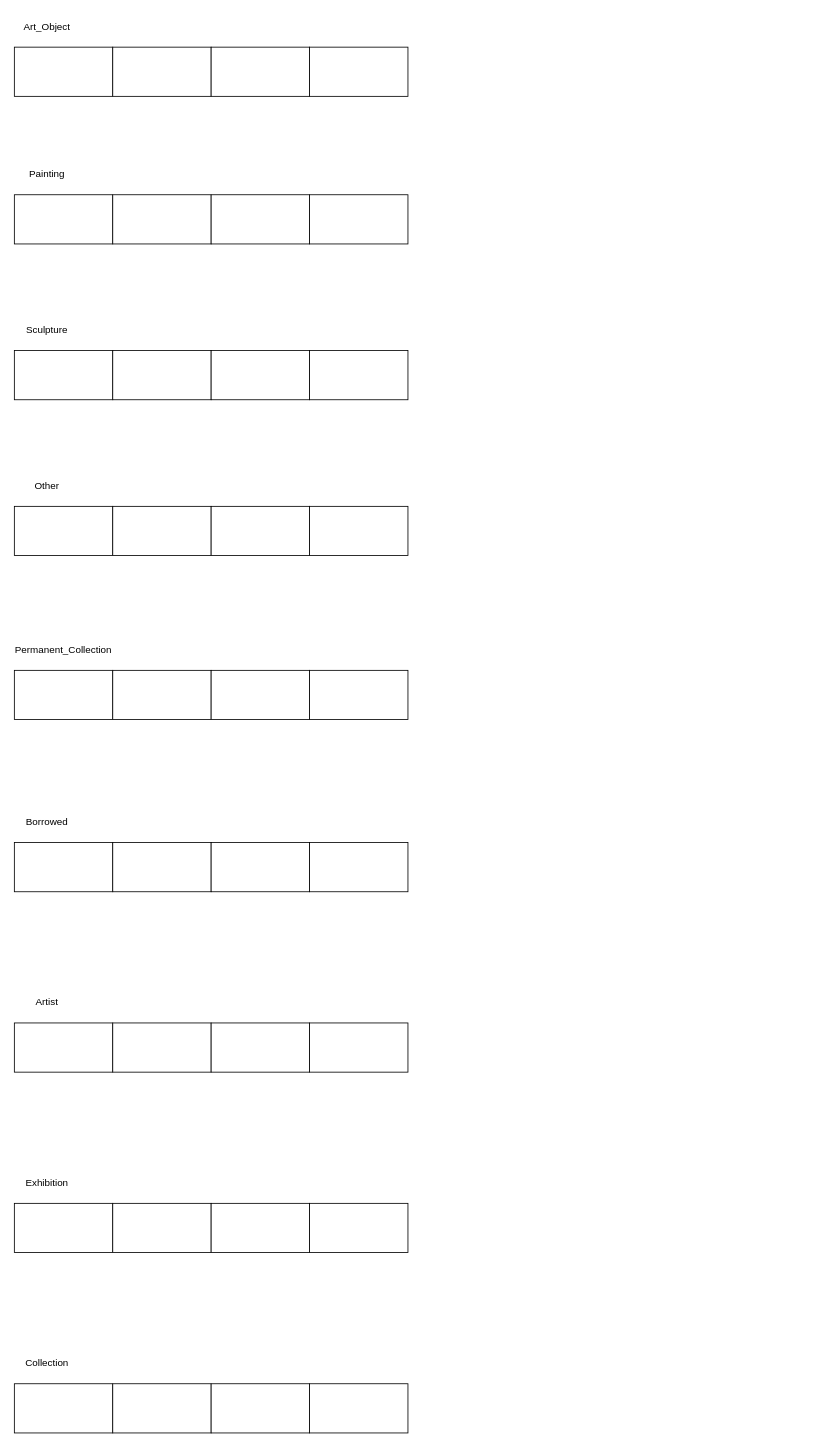
Before: EERD.drawio in ENSF-300-F23/museum-project-l03-35, a draw.io diagram. Source tidied: cells renumbered, new cells numbered last; positions are measured from the earlier drawing's top-left corner, leaving out a move shared by most shapes. Both pictures are drawn from the tidied source at 82%, with x=0, y=0 at pixel (14, 14).
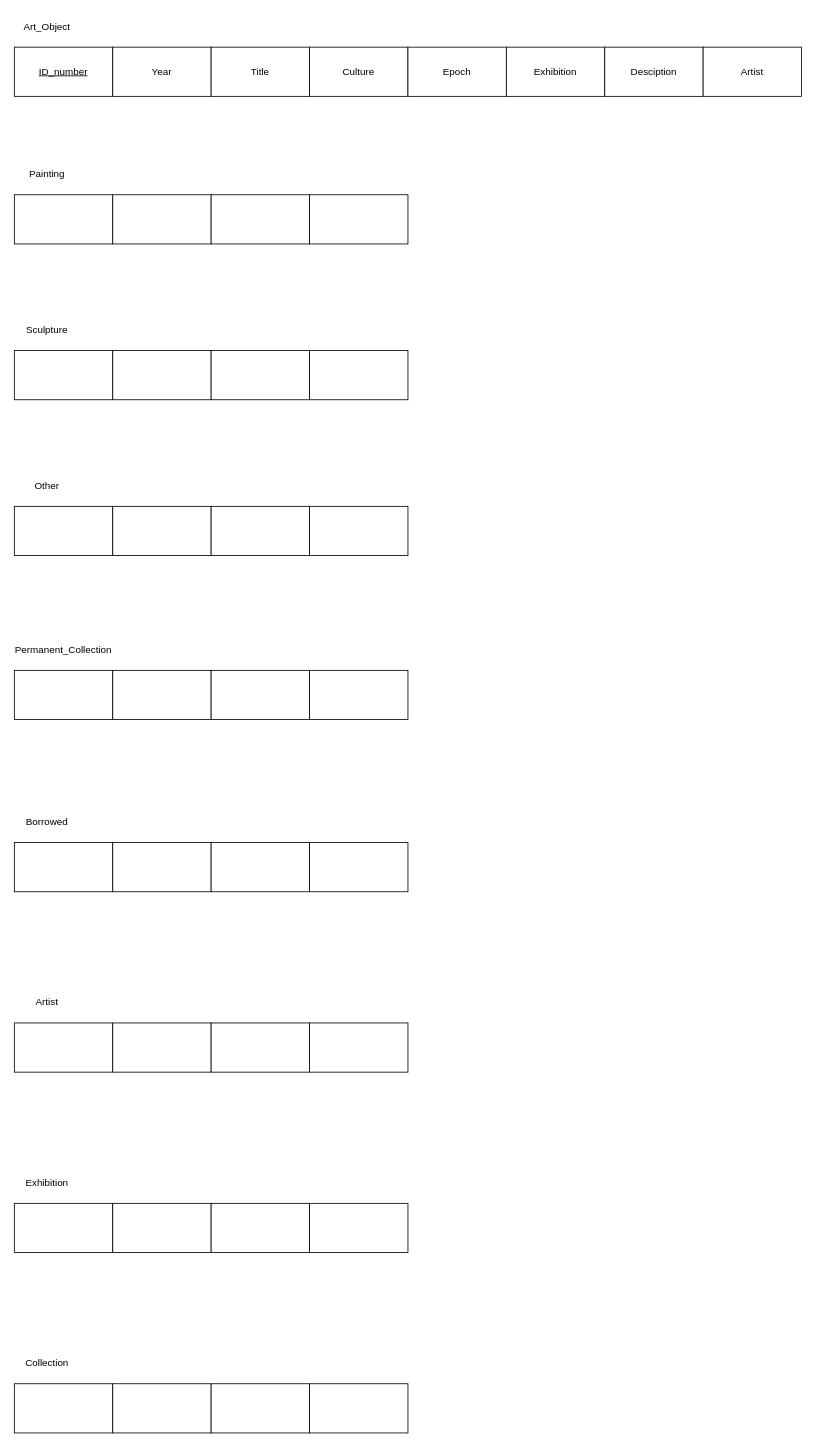
The same diagram, later.

Commit message:
Added primary key and attributes for "Art Object" entity

Change to the diagram source:
```diff
@@
-    <mxCell id="3" style="rounded=0;whiteSpace=wrap;html=1;" parent="1" vertex="1">
+    <mxCell id="3" value="&lt;u&gt;ID_number&lt;/u&gt;" style="rounded=0;whiteSpace=wrap;html=1;" parent="1" vertex="1">
       <mxGeometry y="40" width="120" height="60" as="geometry" />
     </mxCell>
-    <mxCell id="4" style="rounded=0;whiteSpace=wrap;html=1;" parent="1" vertex="1">
+    <mxCell id="4" value="Year" style="rounded=0;whiteSpace=wrap;html=1;" parent="1" vertex="1">
       <mxGeometry x="120" y="40" width="120" height="60" as="geometry" />
     </mxCell>
-    <mxCell id="5" style="rounded=0;whiteSpace=wrap;html=1;" parent="1" vertex="1">
+    <mxCell id="5" value="Title" style="rounded=0;whiteSpace=wrap;html=1;" parent="1" vertex="1">
       <mxGeometry x="240" y="40" width="120" height="60" as="geometry" />
     </mxCell>
-    <mxCell id="6" style="rounded=0;whiteSpace=wrap;html=1;" parent="1" vertex="1">
+    <mxCell id="6" value="Culture" style="rounded=0;whiteSpace=wrap;html=1;" parent="1" vertex="1">
       <mxGeometry x="360" y="40" width="120" height="60" as="geometry" />
     </mxCell>
@@
+    <mxCell id="47" value="Epoch" style="rounded=0;whiteSpace=wrap;html=1;" parent="1" vertex="1">
+      <mxGeometry x="480" y="40" width="120" height="60" as="geometry" />
+    </mxCell>
+    <mxCell id="48" value="Exhibition" style="rounded=0;whiteSpace=wrap;html=1;" parent="1" vertex="1">
+      <mxGeometry x="600" y="40" width="120" height="60" as="geometry" />
+    </mxCell>
+    <mxCell id="49" value="Desciption" style="rounded=0;whiteSpace=wrap;html=1;" parent="1" vertex="1">
+      <mxGeometry x="720" y="40" width="120" height="60" as="geometry" />
+    </mxCell>
+    <mxCell id="50" value="Artist" style="rounded=0;whiteSpace=wrap;html=1;" parent="1" vertex="1">
+      <mxGeometry x="840" y="40" width="120" height="60" as="geometry" />
+    </mxCell>
```
